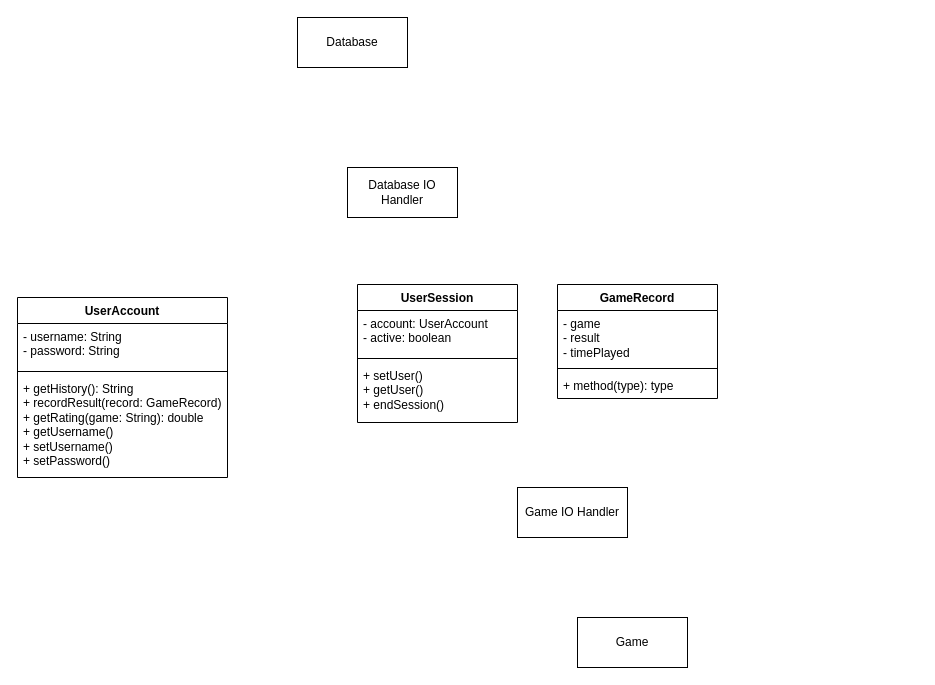
Earlier version of the draw.io diagram design/networking.drawio (ankondeadlarx/gitlab). Source tidied: cells renumbered, new cells numbered last; positions are measured from the earlier drawing's top-left corner, leaving out a move shared by most shapes. Both pictures are drawn from the tidied source at 100%, with x=0, y=0 at pixel (17, 17).
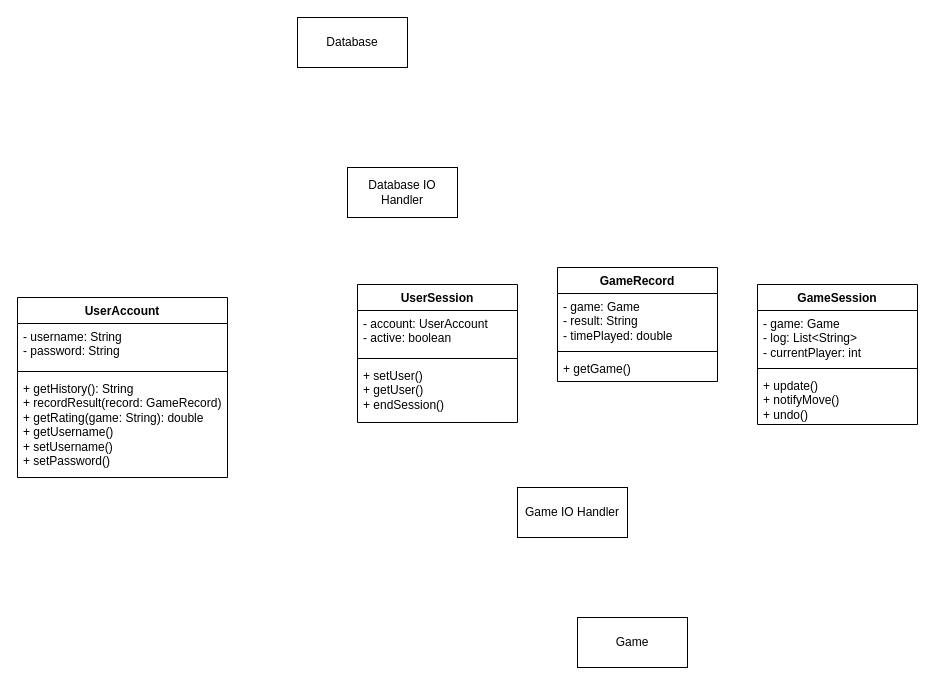
Above is the later version.

Commit message:
Added another class in networking.drawio

The edit, as a diff of the source:
```diff
@@
     <mxCell id="12" value="GameRecord" style="swimlane;fontStyle=1;align=center;verticalAlign=top;horizontal=1;startSize=26;whiteSpace=wrap;html=1;" parent="1" vertex="1">
-      <mxGeometry x="540" y="267" width="160" height="114" as="geometry" />
+      <mxGeometry x="540" y="250" width="160" height="114" as="geometry" />
     </mxCell>
-    <mxCell id="13" value="- game&lt;div&gt;- result&lt;/div&gt;&lt;div&gt;- timePlayed&lt;/div&gt;" style="text;strokeColor=none;fillColor=none;align=left;verticalAlign=top;spacingLeft=4;spacingRight=4;overflow=hidden;whiteSpace=wrap;html=1;" parent="12" vertex="1">
+    <mxCell id="13" value="- game: Game&lt;div&gt;- result: String&lt;/div&gt;&lt;div&gt;- timePlayed: double&lt;/div&gt;" style="text;strokeColor=none;fillColor=none;align=left;verticalAlign=top;spacingLeft=4;spacingRight=4;overflow=hidden;whiteSpace=wrap;html=1;" parent="12" vertex="1">
       <mxGeometry y="26" width="160" height="54" as="geometry" />
     </mxCell>
@@
-    <mxCell id="15" value="+ method(type): type" style="text;strokeColor=none;fillColor=none;align=left;verticalAlign=top;spacingLeft=4;spacingRight=4;overflow=hidden;whiteSpace=wrap;html=1;" parent="12" vertex="1">
+    <mxCell id="15" value="+ getGame()" style="text;strokeColor=none;fillColor=none;align=left;verticalAlign=top;spacingLeft=4;spacingRight=4;overflow=hidden;whiteSpace=wrap;html=1;" parent="12" vertex="1">
       <mxGeometry y="88" width="160" height="26" as="geometry" />
     </mxCell>
@@
+    <mxCell id="18" value="GameSession" style="swimlane;fontStyle=1;align=center;verticalAlign=top;horizontal=1;startSize=26;whiteSpace=wrap;html=1;" parent="1" vertex="1">
+      <mxGeometry x="740" y="267" width="160" height="140" as="geometry" />
+    </mxCell>
+    <mxCell id="19" value="- game: Game&lt;div&gt;- log: List&amp;lt;String&amp;gt;&lt;/div&gt;&lt;div&gt;- currentPlayer: int&lt;/div&gt;" style="text;strokeColor=none;fillColor=none;align=left;verticalAlign=top;spacingLeft=4;spacingRight=4;overflow=hidden;whiteSpace=wrap;html=1;" parent="18" vertex="1">
+      <mxGeometry y="26" width="160" height="54" as="geometry" />
+    </mxCell>
+    <mxCell id="20" style="line;strokeWidth=1;fillColor=none;align=left;verticalAlign=middle;spacingTop=-1;spacingLeft=3;spacingRight=3;labelPosition=right;strokeColor=inherit;" parent="18" vertex="1">
+      <mxGeometry y="80" width="160" height="8" as="geometry" />
+    </mxCell>
+    <mxCell id="21" value="+ update()&lt;div&gt;+ notifyMove()&lt;/div&gt;&lt;div&gt;+ undo()&lt;/div&gt;" style="text;strokeColor=none;fillColor=none;align=left;verticalAlign=top;spacingLeft=4;spacingRight=4;overflow=hidden;whiteSpace=wrap;html=1;" parent="18" vertex="1">
+      <mxGeometry y="88" width="160" height="52" as="geometry" />
+    </mxCell>
```
